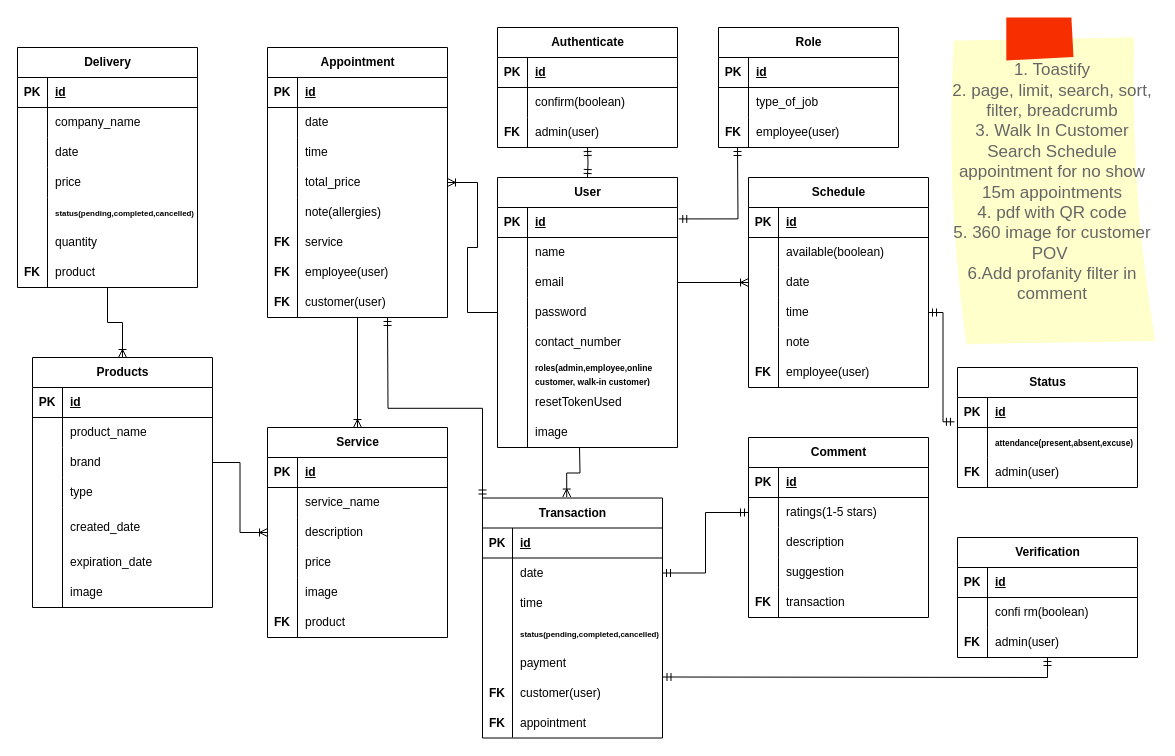
Above: erd/Salon-Erd.drawio in GabTheGreat25/Salon-Api (draw.io), before the change. Source tidied: cells renumbered, new cells numbered last; positions are measured from the earlier drawing's top-left corner, leaving out a move shared by most shapes. Both pictures are drawn from the tidied source at 100%, with x=0, y=0 at pixel (17, 17).
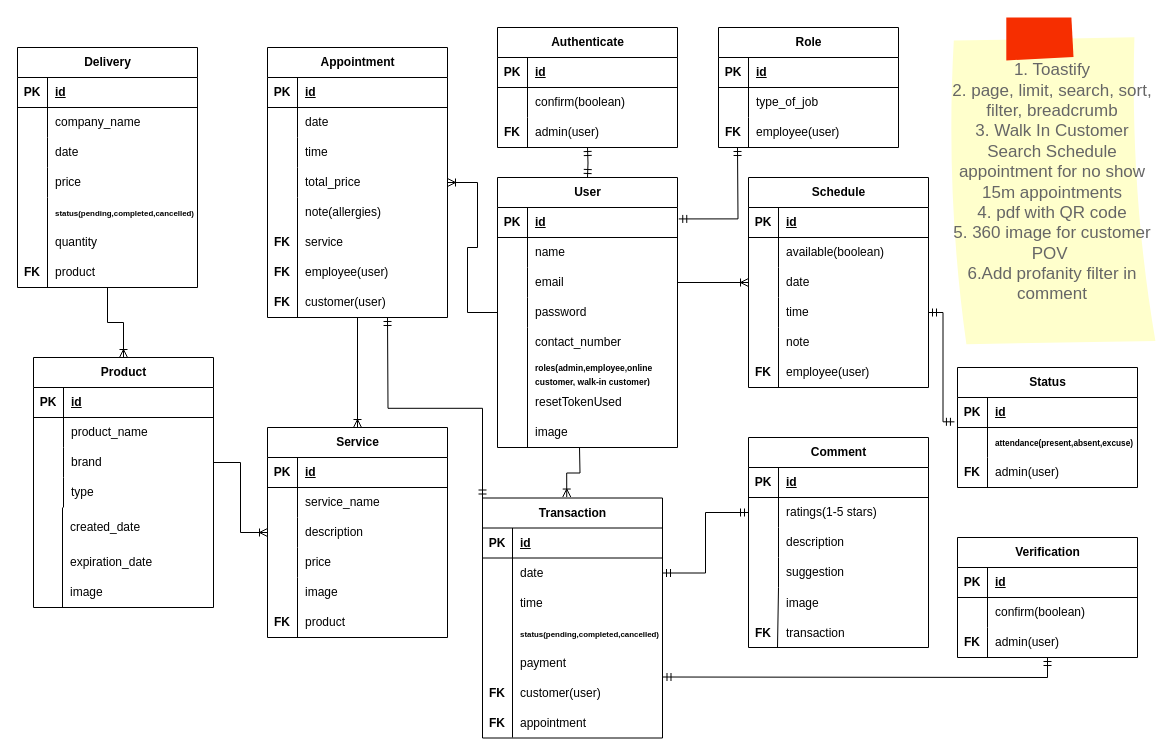
The same page after the edit.

The change refers to these unchanged cells:
```xml
<mxCell id="154" style="shape=tableRow;horizontal=0;startSize=0;swimlaneHead=0;swimlaneBody=0;fillColor=none;top=0;left=0;right=0;bottom=0;" parent="150" vertex="1">
  <mxGeometry y="60" width="180" height="30" as="geometry" />
</mxCell>
```

What changed in the source:
```diff
@@
     <mxCell id="36" value="Comment" style="shape=table;startSize=30;childLayout=tableLayout;rowLines=0;fontStyle=1;align=center;html=1;" parent="1" vertex="1">
-      <mxGeometry x="731" y="420" width="180" height="180" as="geometry" />
+      <mxGeometry x="731" y="420" width="180" height="210" as="geometry" />
     </mxCell>
@@
     <mxCell id="49" style="endArrow=none;html=1;rounded=0;" parent="1" edge="1">
       <mxGeometry relative="1" as="geometry">
         <mxPoint x="761" y="570" as="sourcePoint" />
-        <mxPoint x="761" y="600" as="targetPoint" />
+        <mxPoint x="760" y="630" as="targetPoint" />
       </mxGeometry>
     </mxCell>
     <mxCell id="50" value="transaction" style="shape=partialRectangle;fillColor=none;top=0;left=0;bottom=0;right=0;align=left;spacingLeft=6;overflow=hidden;whiteSpace=wrap;html=1;" parent="1" vertex="1">
-      <mxGeometry x="761" y="570" width="150" height="30" as="geometry" />
+      <mxGeometry x="761" y="600.5" width="150" height="30" as="geometry" />
     </mxCell>
     <mxCell id="51" value="FK" style="shape=partialRectangle;fillColor=none;top=0;left=0;bottom=0;right=0;fontStyle=1;overflow=hidden;whiteSpace=wrap;html=1;" parent="1" vertex="1">
-      <mxGeometry x="731" y="570" width="30" height="30" as="geometry" />
+      <mxGeometry x="731" y="600.5" width="30" height="30" as="geometry" />
     </mxCell>
@@
-    <mxCell id="109" value="Products" style="shape=table;startSize=30;childLayout=tableLayout;rowLines=0;fontStyle=1;align=center;html=1;" parent="1" vertex="1">
-      <mxGeometry x="15" y="340" width="180" height="250" as="geometry" />
+    <mxCell id="109" value="Product" style="shape=table;startSize=30;childLayout=tableLayout;rowLines=0;fontStyle=1;align=center;html=1;" parent="1" vertex="1">
+      <mxGeometry x="16" y="340" width="180" height="250" as="geometry" />
     </mxCell>
@@
-    <mxCell id="156" value="confi rm(boolean)" style="shape=partialRectangle;fillColor=none;top=0;left=0;bottom=0;right=0;align=left;spacingLeft=6;overflow=hidden;whiteSpace=wrap;html=1;" parent="154" vertex="1">
+    <mxCell id="156" value="confirm(boolean)" style="shape=partialRectangle;fillColor=none;top=0;left=0;bottom=0;right=0;align=left;spacingLeft=6;overflow=hidden;whiteSpace=wrap;html=1;" parent="154" vertex="1">
       <mxGeometry x="30" width="150" height="30" as="geometry" />
     </mxCell>
@@
+    <mxCell id="207" value="image" style="shape=partialRectangle;fillColor=none;top=0;left=0;bottom=0;right=0;align=left;spacingLeft=6;overflow=hidden;whiteSpace=wrap;html=1;" parent="1" vertex="1">
+      <mxGeometry x="761" y="570.5" width="150" height="30" as="geometry" />
+    </mxCell>
```
